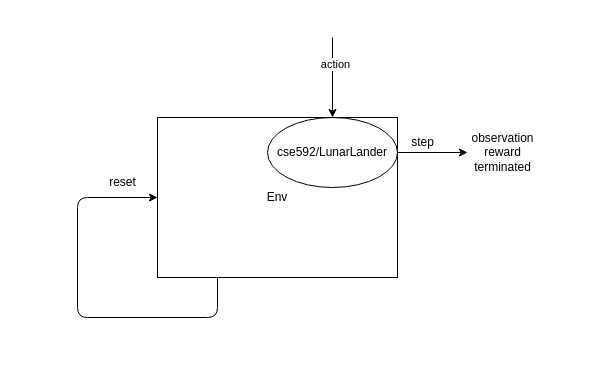
Above: data/env.dio in chaseruskin/lunar-lander (draw.io), before the change. Source tidied: cells renumbered, new cells numbered last; positions are measured from the earlier drawing's top-left corner, leaving out a move shared by most shapes. Both pictures are drawn from the tidied source at 100%, with x=0, y=0 at pixel (77, 37).
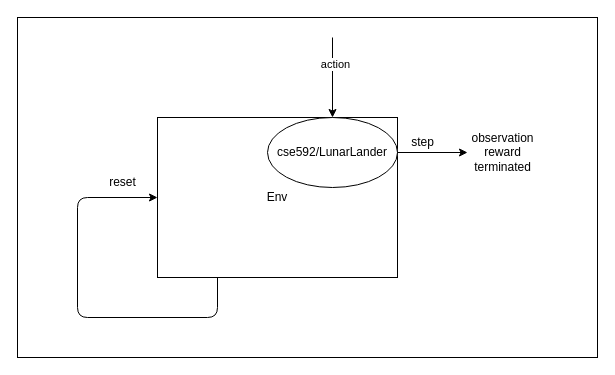
After the change.

Diff of the diagram source:
```diff
@@
 <mxGraphModel>
   <root>
     <mxCell id="0" />
     <mxCell id="1" parent="0" />
+    <mxCell id="11" style="rounded=0;whiteSpace=wrap;html=1;" parent="1" vertex="1">
+      <mxGeometry x="-60" y="-20" width="580" height="340" as="geometry" />
+    </mxCell>
     <mxCell id="2" value="Env" style="rounded=0;whiteSpace=wrap;html=1;" parent="1" vertex="1">
       <mxGeometry x="80" y="80" width="240" height="160" as="geometry" />
     </mxCell>
     <mxCell id="3" value="cse592/LunarLander" style="ellipse;whiteSpace=wrap;html=1;" parent="1" vertex="1">
       <mxGeometry x="190" y="80" width="130" height="70" as="geometry" />
     </mxCell>
     <mxCell id="4" style="endArrow=classic;html=1;exitX=0.25;exitY=1;exitDx=0;exitDy=0;entryX=0;entryY=0.5;entryDx=0;entryDy=0;" parent="1" edge="1" source="2" target="2">
       <mxGeometry relative="1" as="geometry">
         <Array as="points">
           <mxPoint x="140" y="280" />
           <mxPoint y="280" />
           <mxPoint y="160" />
         </Array>
       </mxGeometry>
     </mxCell>
     <mxCell id="5" value="reset" style="text;html=1;align=center;verticalAlign=middle;strokeColor=none;fillColor=none;" parent="1" vertex="1">
       <mxGeometry x="20" y="130" width="50" height="30" as="geometry" />
     </mxCell>
     <mxCell id="6" style="endArrow=classic;html=1;exitX=1;exitY=0.5;exitDx=0;exitDy=0;" parent="1" edge="1" source="3">
       <mxGeometry relative="1" as="geometry">
         <mxPoint x="390" y="115" as="targetPoint" />
       </mxGeometry>
     </mxCell>
     <mxCell id="7" value="step" style="text;html=1;align=center;verticalAlign=middle;strokeColor=none;fillColor=none;" parent="1" vertex="1">
       <mxGeometry x="320" y="90" width="50" height="30" as="geometry" />
     </mxCell>
     <mxCell id="8" value="observation&lt;br&gt;reward&lt;br&gt;terminated" style="text;html=1;align=center;verticalAlign=middle;strokeColor=none;fillColor=none;" parent="1" vertex="1">
       <mxGeometry x="380" y="85" width="90" height="60" as="geometry" />
     </mxCell>
     <mxCell id="9" style="endArrow=classic;html=1;entryX=0.5;entryY=0;entryDx=0;entryDy=0;" parent="1" edge="1" target="3">
       <mxGeometry relative="1" as="geometry">
         <mxPoint x="255" as="sourcePoint" />
       </mxGeometry>
     </mxCell>
     <mxCell id="10" value="action" style="edgeLabel;html=1;align=center;verticalAlign=middle;" parent="9" vertex="1">
       <mxGeometry x="-0.35" y="2" relative="1" as="geometry" />
     </mxCell>
   </root>
 </mxGraphModel>
```
